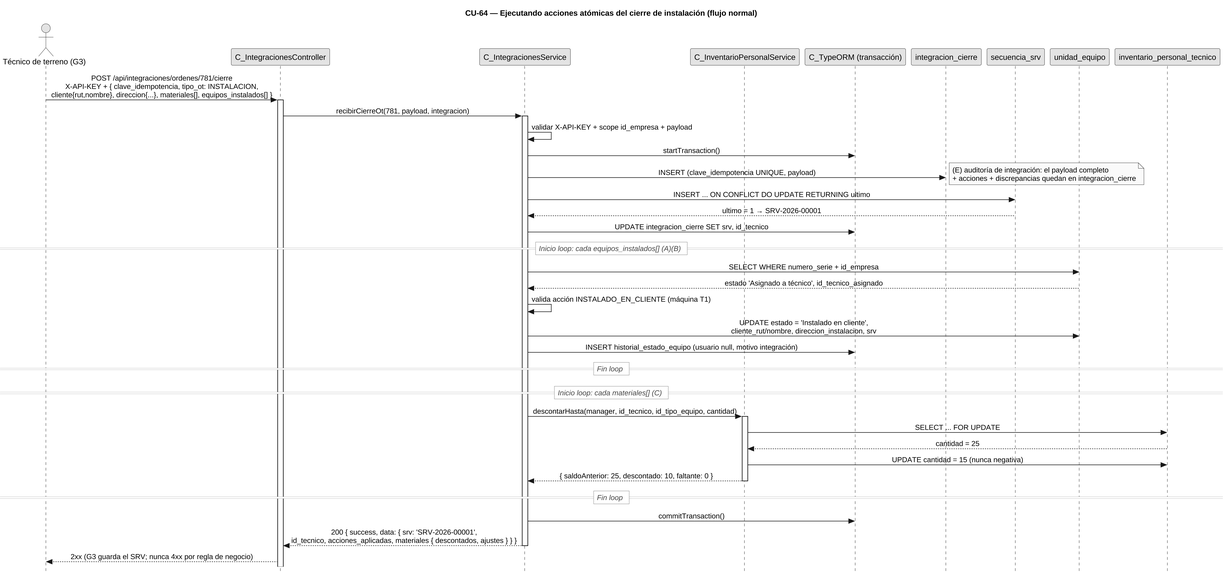
Earlier version of the PlantUML export diagramas/diagramas-secuencia/CU64/CU64-normal.png (FSM-Finet-y-Cable-Magico/Team_1-Inventario-y-Bodega).
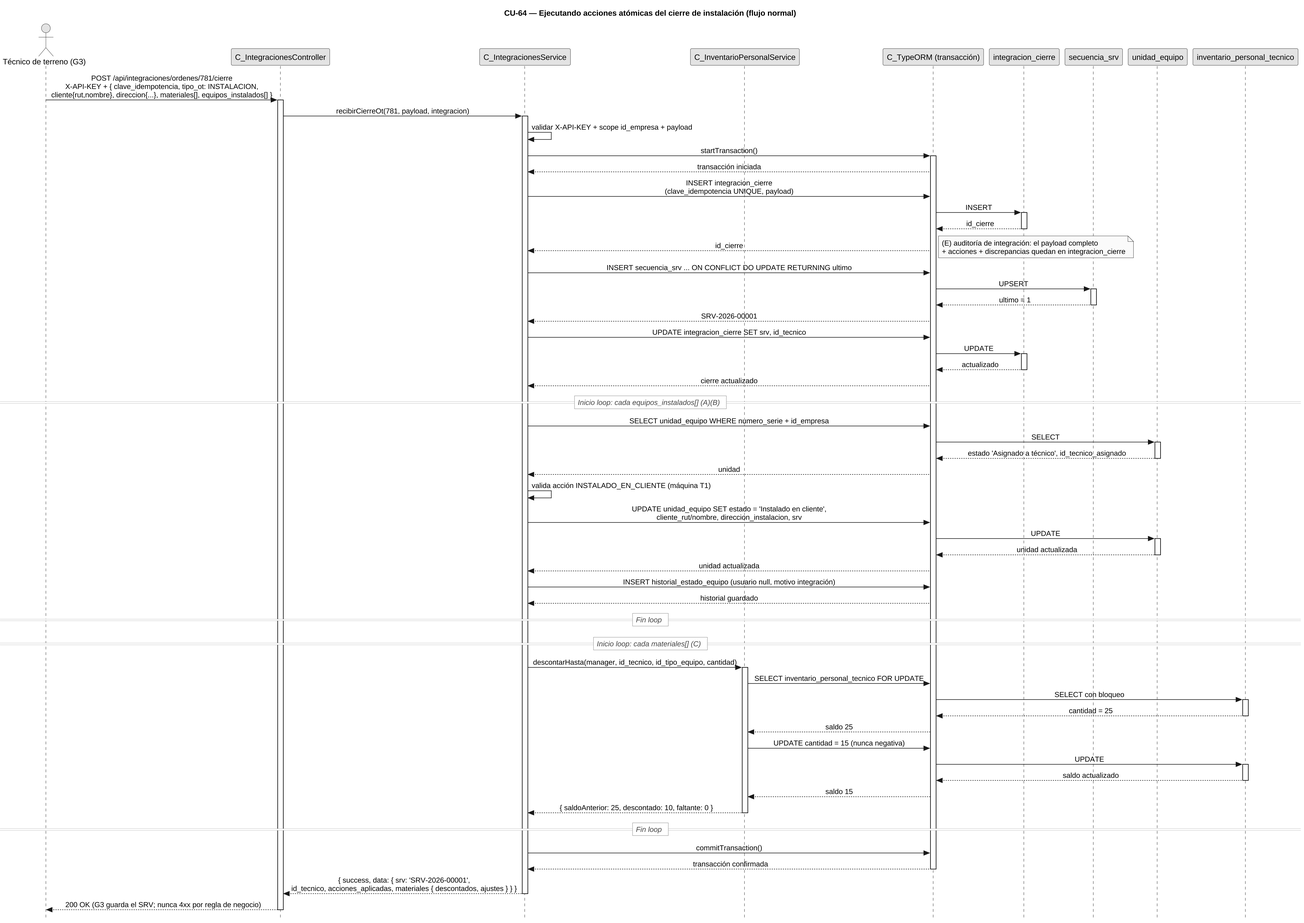
After the commit.

The edit, as a diff of the source:
```diff
@@ -44,29 +44,67 @@
 activate svc
 svc -> svc : validar X-API-KEY + scope id_empresa + payload
 svc -> orm : startTransaction()
-svc -> cierre : INSERT (clave_idempotencia UNIQUE, payload)
+activate orm
+orm --> svc : transacción iniciada
+svc -> orm : INSERT integracion_cierre\n(clave_idempotencia UNIQUE, payload)
+orm -> cierre : INSERT
+activate cierre
+cierre --> orm : id_cierre
+deactivate cierre
+orm --> svc : id_cierre
 note right : (E) auditoría de integración: el payload completo\n+ acciones + discrepancias quedan en integracion_cierre
-svc -> sec : INSERT ... ON CONFLICT DO UPDATE RETURNING ultimo
-sec --> svc : ultimo = 1 → SRV-2026-00001
+svc -> orm : INSERT secuencia_srv ... ON CONFLICT DO UPDATE RETURNING ultimo
+orm -> sec : UPSERT
+activate sec
+sec --> orm : ultimo = 1
+deactivate sec
+orm --> svc : SRV-2026-00001
 svc -> orm : UPDATE integracion_cierre SET srv, id_tecnico
+orm -> cierre : UPDATE
+activate cierre
+cierre --> orm : actualizado
+deactivate cierre
+orm --> svc : cierre actualizado
 == Inicio loop: cada equipos_instalados[] (A)(B) ==
-  svc -> uni : SELECT WHERE numero_serie + id_empresa
-  uni --> svc : estado 'Asignado a técnico', id_tecnico_asignado
+  svc -> orm : SELECT unidad_equipo WHERE numero_serie + id_empresa
+  orm -> uni : SELECT
+  activate uni
+  uni --> orm : estado 'Asignado a técnico', id_tecnico_asignado
+  deactivate uni
+  orm --> svc : unidad
   svc -> svc : valida acción INSTALADO_EN_CLIENTE (máquina T1)
-  svc -> uni : UPDATE estado = 'Instalado en cliente',\ncliente_rut/nombre, direccion_instalacion, srv
+  svc -> orm : UPDATE unidad_equipo SET estado = 'Instalado en cliente',\ncliente_rut/nombre, direccion_instalacion, srv
+  orm -> uni : UPDATE
+  activate uni
+  uni --> orm : unidad actualizada
+  deactivate uni
+  orm --> svc : unidad actualizada
   svc -> orm : INSERT historial_estado_equipo (usuario null, motivo integración)
+  orm --> svc : historial guardado
 == Fin loop ==
 == Inicio loop: cada materiales[] (C) ==
   svc -> ips : descontarHasta(manager, id_tecnico, id_tipo_equipo, cantidad)
   activate ips
-  ips -> inv : SELECT ... FOR UPDATE
-  inv --> ips : cantidad = 25
-  ips -> inv : UPDATE cantidad = 15 (nunca negativa)
+  ips -> orm : SELECT inventario_personal_tecnico FOR UPDATE
+  orm -> inv : SELECT con bloqueo
+  activate inv
+  inv --> orm : cantidad = 25
+  deactivate inv
+  orm --> ips : saldo 25
+  ips -> orm : UPDATE cantidad = 15 (nunca negativa)
+  orm -> inv : UPDATE
+  activate inv
+  inv --> orm : saldo actualizado
+  deactivate inv
+  orm --> ips : saldo 15
   ips --> svc : { saldoAnterior: 25, descontado: 10, faltante: 0 }
   deactivate ips
 == Fin loop ==
 svc -> orm : commitTransaction()
-svc --> ctrl : 200 { success, data: { srv: 'SRV-2026-00001',\nid_tecnico, acciones_aplicadas, materiales { descontados, ajustes } } }
+orm --> svc : transacción confirmada
+deactivate orm
+svc --> ctrl : { success, data: { srv: 'SRV-2026-00001',\nid_tecnico, acciones_aplicadas, materiales { descontados, ajustes } } }
 deactivate svc
-ctrl --> g3 : 2xx (G3 guarda el SRV; nunca 4xx por regla de negocio)
+ctrl --> g3 : 200 OK (G3 guarda el SRV; nunca 4xx por regla de negocio)
+deactivate ctrl
 @enduml
```
